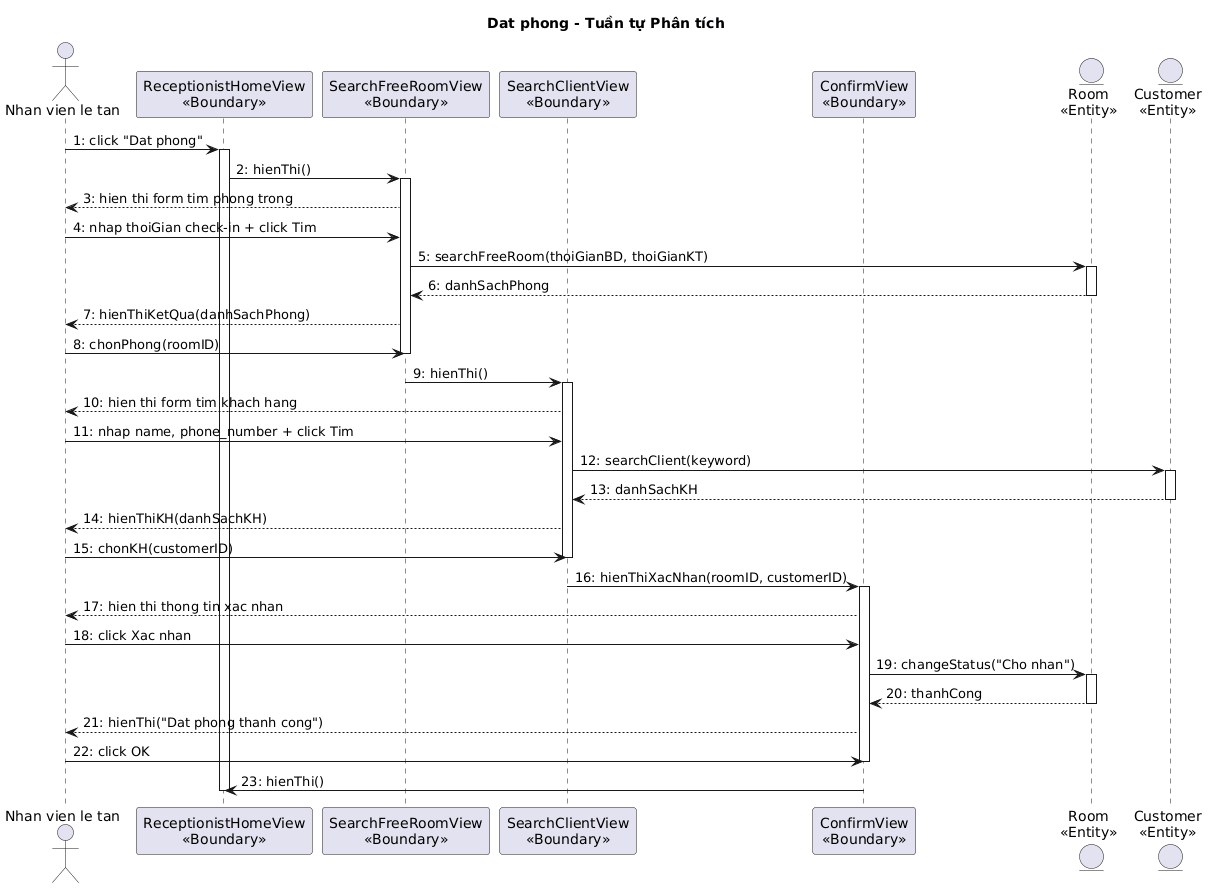
Earlier version of the PlantUML export output/diagrams/booking_aseq_datphong.png (thanhtrnnn/cnpm).
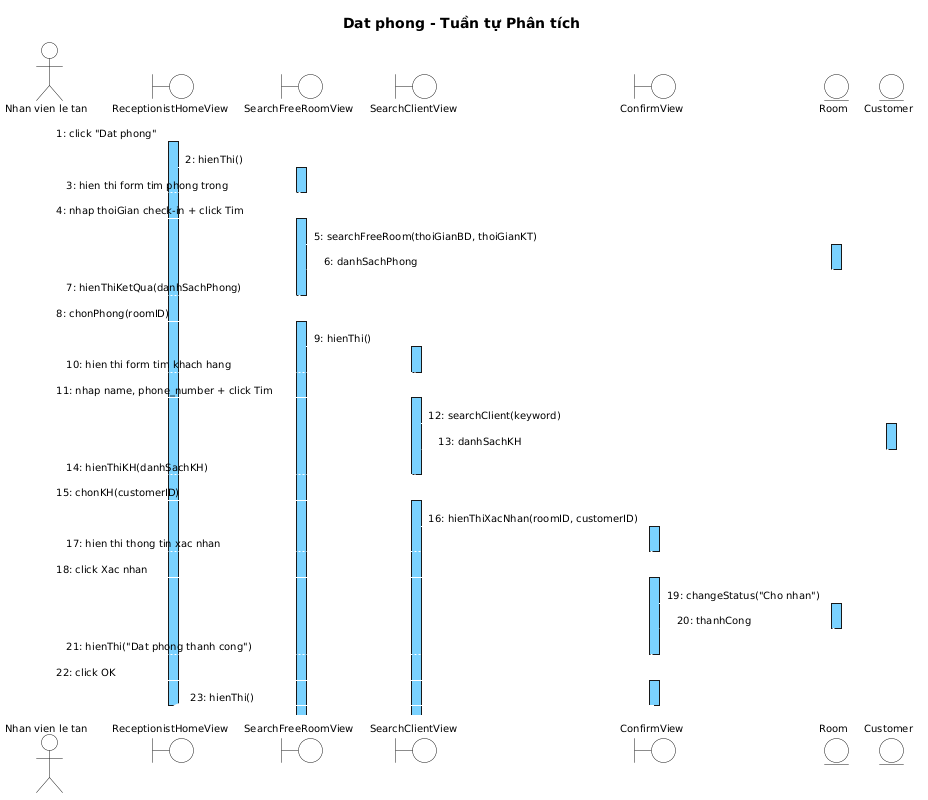
After the change.

What changed in the source:
```diff
@@ -1,49 +1,87 @@
 @startuml
+skinparam shadowing false
+skinparam SequenceMessageAlign left
+skinparam SequenceLifeLineBackgroundColor #7AD2FF
+skinparam SequenceLifeLineBorderColor #000000
+
+<style>
+sequenceDiagram {
+  Shadowing 0
+  RoundCorner 0
+  FontName "Arial"
+  FontSize 10
+  FontColor #000000
+  participant { BackgroundColor #7AD2FF LineColor #000000 LineThickness 1 }
+  actor { BackgroundColor transparent LineColor #000000 }
+  boundary { BackgroundColor #7AD2FF LineColor #000000 }
+  control { BackgroundColor #7AD2FF LineColor #000000 }
+  entity { BackgroundColor #7AD2FF LineColor #000000 }
+  lifeline { LineColor #000000 LineStyle 5-5 }
+  arrow { LineColor #000000 LineThickness 1 FontSize 10 }
+}
+</style>
+
 title Dat phong - Tuần tự Phân tích
 
 actor "Nhan vien le tan" as NV
-participant "ReceptionistHomeView\n<<Boundary>>" as Home
-participant "SearchFreeRoomView\n<<Boundary>>" as SearchRoom
-participant "SearchClientView\n<<Boundary>>" as SearchClient
-participant "ConfirmView\n<<Boundary>>" as Confirm
-entity "Room\n<<Entity>>" as Room
-entity "Customer\n<<Entity>>" as Cust
+boundary ReceptionistHomeView
+boundary SearchFreeRoomView
+boundary SearchClientView
+boundary ConfirmView
+entity Room
+entity Customer
 
-NV -> Home : 1: click "Dat phong"
-activate Home
-Home -> SearchRoom : 2: hienThi()
-activate SearchRoom
-SearchRoom --> NV : 3: hien thi form tim phong trong
-NV -> SearchRoom : 4: nhap thoiGian check-in + click Tim
-SearchRoom -> Room : 5: searchFreeRoom(thoiGianBD, thoiGianKT)
+NV -> ReceptionistHomeView : 1: click "Dat phong"
+activate ReceptionistHomeView
+ReceptionistHomeView -> SearchFreeRoomView : 2: hienThi()
+activate SearchFreeRoomView
+SearchFreeRoomView --> NV : 3: hien thi form tim phong trong
+deactivate SearchFreeRoomView
+
+NV -> SearchFreeRoomView : 4: nhap thoiGian check-in + click Tim
+activate SearchFreeRoomView
+SearchFreeRoomView -> Room : 5: searchFreeRoom(thoiGianBD, thoiGianKT)
 activate Room
-Room --> SearchRoom : 6: danhSachPhong
+Room --> SearchFreeRoomView : 6: danhSachPhong
 deactivate Room
-SearchRoom --> NV : 7: hienThiKetQua(danhSachPhong)
-NV -> SearchRoom : 8: chonPhong(roomID)
-deactivate SearchRoom
-SearchRoom -> SearchClient : 9: hienThi()
-activate SearchClient
-SearchClient --> NV : 10: hien thi form tim khach hang
-NV -> SearchClient : 11: nhap name, phone_number + click Tim
-SearchClient -> Cust : 12: searchClient(keyword)
-activate Cust
-Cust --> SearchClient : 13: danhSachKH
-deactivate Cust
-SearchClient --> NV : 14: hienThiKH(danhSachKH)
-NV -> SearchClient : 15: chonKH(customerID)
-deactivate SearchClient
-SearchClient -> Confirm : 16: hienThiXacNhan(roomID, customerID)
-activate Confirm
-Confirm --> NV : 17: hien thi thong tin xac nhan
-NV -> Confirm : 18: click Xac nhan
-Confirm -> Room : 19: changeStatus("Cho nhan")
+SearchFreeRoomView --> NV : 7: hienThiKetQua(danhSachPhong)
+deactivate SearchFreeRoomView
+
+NV -> SearchFreeRoomView : 8: chonPhong(roomID)
+activate SearchFreeRoomView
+SearchFreeRoomView -> SearchClientView : 9: hienThi()
+activate SearchClientView
+SearchClientView --> NV : 10: hien thi form tim khach hang
+deactivate SearchClientView
+
+NV -> SearchClientView : 11: nhap name, phone_number + click Tim
+activate SearchClientView
+SearchClientView -> Customer : 12: searchClient(keyword)
+activate Customer
+Customer --> SearchClientView : 13: danhSachKH
+deactivate Customer
+SearchClientView --> NV : 14: hienThiKH(danhSachKH)
+deactivate SearchClientView
+
+NV -> SearchClientView : 15: chonKH(customerID)
+activate SearchClientView
+SearchClientView -> ConfirmView : 16: hienThiXacNhan(roomID, customerID)
+activate ConfirmView
+ConfirmView --> NV : 17: hien thi thong tin xac nhan
+deactivate ConfirmView
+
+NV -> ConfirmView : 18: click Xac nhan
+activate ConfirmView
+ConfirmView -> Room : 19: changeStatus("Cho nhan")
 activate Room
-Room --> Confirm : 20: thanhCong
+Room --> ConfirmView : 20: thanhCong
 deactivate Room
-Confirm --> NV : 21: hienThi("Dat phong thanh cong")
-NV -> Confirm : 22: click OK
-deactivate Confirm
-Confirm -> Home : 23: hienThi()
-deactivate Home
+ConfirmView --> NV : 21: hienThi("Dat phong thanh cong")
+deactivate ConfirmView
+
+NV -> ConfirmView : 22: click OK
+activate ConfirmView
+ConfirmView -> ReceptionistHomeView : 23: hienThi()
+deactivate ConfirmView
+deactivate ReceptionistHomeView
 @enduml
```
